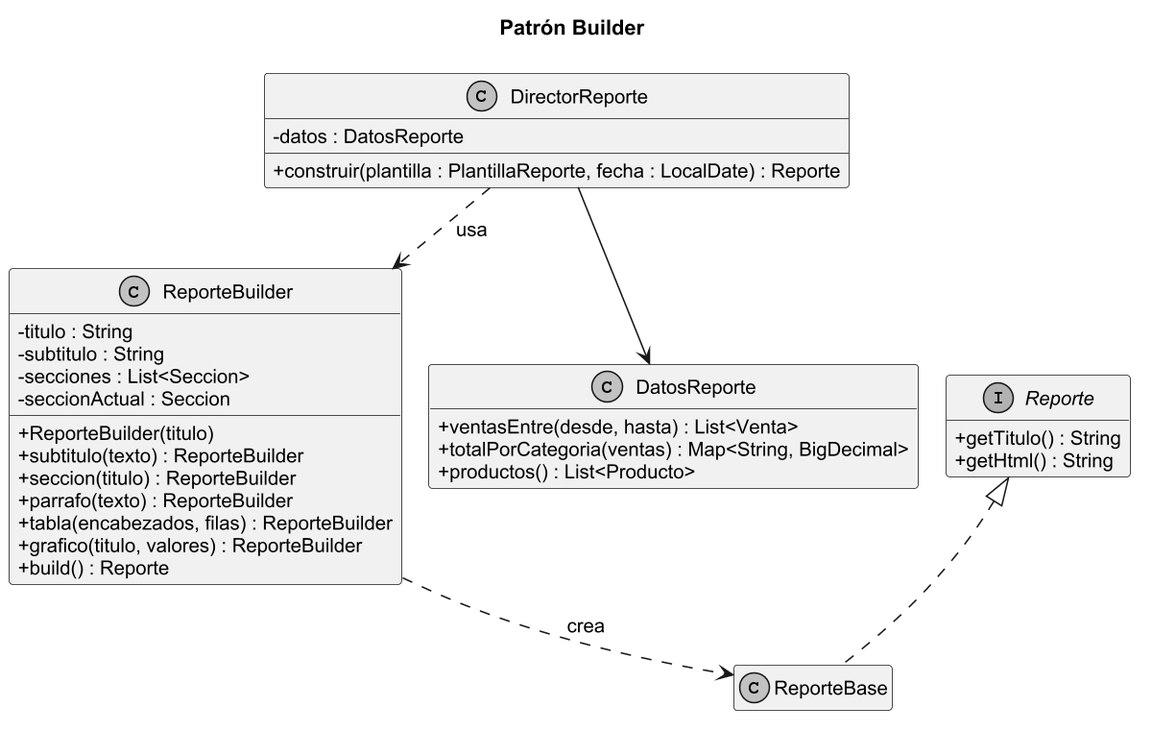
Before: docs/uml/png/4-builder.png, a diagram exported from PlantUML (oropezadev-wq/ferreteria-ventas). Its diagram source:
```plantuml
@startuml
!pragma layout smetana
skinparam classAttributeIconSize 0
skinparam dpi 150
skinparam shadowing false
skinparam monochrome true
skinparam defaultFontName Arial
skinparam defaultFontSize 13
skinparam packageStyle rectangle
hide empty members
title Patrón Builder
class DirectorReporte {
  - datos : DatosReporte
  + construir(plantilla : PlantillaReporte, fecha : LocalDate) : Reporte
}
class ReporteBuilder {
  - titulo : String
  - subtitulo : String
  - secciones : List<Seccion>
  - seccionActual : Seccion
  + ReporteBuilder(titulo)
  + subtitulo(texto) : ReporteBuilder
  + seccion(titulo) : ReporteBuilder
  + parrafo(texto) : ReporteBuilder
  + tabla(encabezados, filas) : ReporteBuilder
  + grafico(titulo, valores) : ReporteBuilder
  + build() : Reporte
}
interface Reporte {
  + getTitulo() : String
  + getHtml() : String
}
class ReporteBase
class DatosReporte {
  + ventasEntre(desde, hasta) : List<Venta>
  + totalPorCategoria(ventas) : Map<String, BigDecimal>
  + productos() : List<Producto>
}
DirectorReporte --> DatosReporte
DirectorReporte ..> ReporteBuilder : usa
ReporteBuilder ..> ReporteBase : crea
Reporte <|.. ReporteBase
@enduml
```
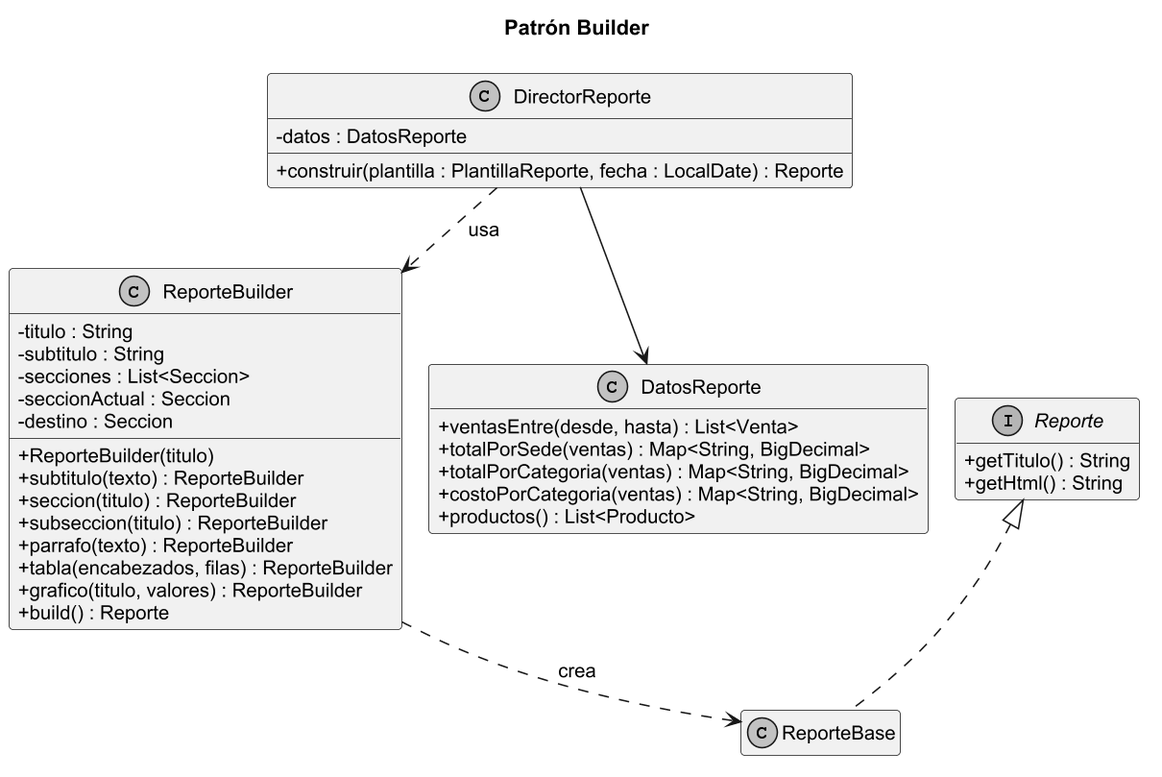
After the change.

The edit, as a diff of the source:
```diff
@@ -18,9 +18,11 @@
   - subtitulo : String
   - secciones : List<Seccion>
   - seccionActual : Seccion
+  - destino : Seccion
   + ReporteBuilder(titulo)
   + subtitulo(texto) : ReporteBuilder
   + seccion(titulo) : ReporteBuilder
+  + subseccion(titulo) : ReporteBuilder
   + parrafo(texto) : ReporteBuilder
   + tabla(encabezados, filas) : ReporteBuilder
   + grafico(titulo, valores) : ReporteBuilder
@@ -33,7 +35,9 @@
 class ReporteBase
 class DatosReporte {
   + ventasEntre(desde, hasta) : List<Venta>
+  + totalPorSede(ventas) : Map<String, BigDecimal>
   + totalPorCategoria(ventas) : Map<String, BigDecimal>
+  + costoPorCategoria(ventas) : Map<String, BigDecimal>
   + productos() : List<Producto>
 }
 DirectorReporte --> DatosReporte
```
